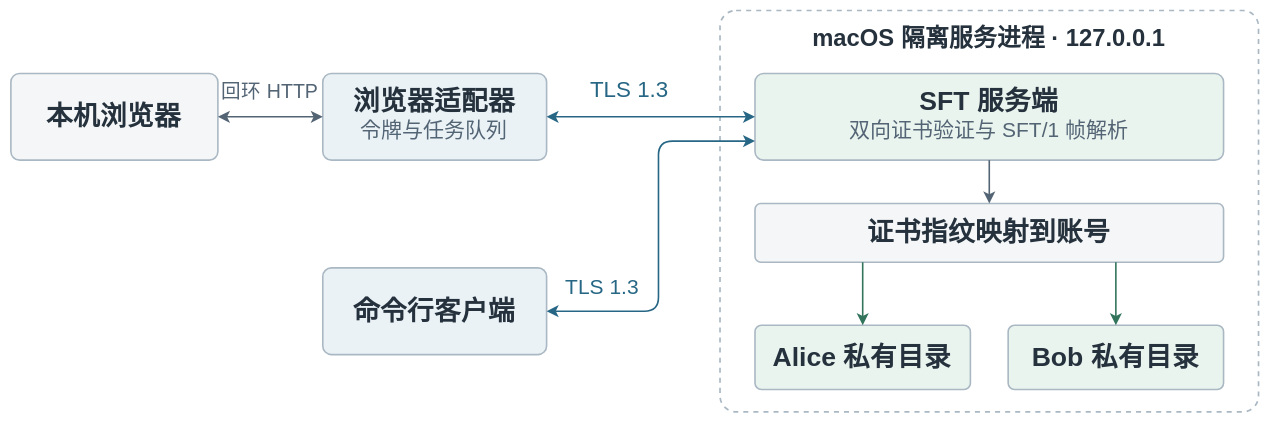
This is docs/images/architecture.svg from SakuraWang6/ucas-sft-ex1b, a draw.io export, as it was before one commit. Source tidied: cells renumbered, new cells last; positions are measured from the earlier drawing's top-left corner, leaving out a move shared by most shapes. Its diagram source:
```xml
<mxGraphModel>
  <root>
    <mxCell id="0" />
    <mxCell id="1" parent="0" />
    <mxCell id="2" style="rounded=1;arcSize=4;html=0;fillColor=none;strokeColor=#aab8c3;strokeWidth=1.2;dashed=1;" parent="1" vertex="1">
      <mxGeometry x="507" width="385" height="287" as="geometry" />
    </mxCell>
    <mxCell id="3" value="macOS 隔离服务进程  ·  127.0.0.1" style="text;html=0;align=center;verticalAlign=middle;whiteSpace=wrap;rounded=0;strokeColor=none;fillColor=none;spacing=0;fontFamily=PingFang SC;fontSize=17;fontStyle=1;fontColor=#25313c;" parent="2" vertex="1">
      <mxGeometry x="8" y="7" width="369" height="25" as="geometry" />
    </mxCell>
    <mxCell id="4" style="rounded=1;arcSize=10;html=0;whiteSpace=wrap;fillColor=#eaf4ef;strokeColor=#aab8c3;strokeWidth=1.15;" parent="2" vertex="1">
      <mxGeometry x="25" y="45" width="335" height="62" as="geometry" />
    </mxCell>
    <mxCell id="5" value="SFT 服务端" style="text;html=0;align=center;verticalAlign=middle;whiteSpace=wrap;rounded=0;strokeColor=none;fillColor=none;spacing=0;fontFamily=PingFang SC;fontSize=19;fontStyle=1;fontColor=#25313c;" parent="4" vertex="1">
      <mxGeometry x="4" y="8" width="327" height="23" as="geometry" />
    </mxCell>
    <mxCell id="6" value="双向证书验证与 SFT/1 帧解析" style="text;html=0;align=center;verticalAlign=middle;whiteSpace=wrap;rounded=0;strokeColor=none;fillColor=none;spacing=0;fontFamily=PingFang SC;fontSize=15;fontStyle=0;fontColor=#536474;" parent="4" vertex="1">
      <mxGeometry x="4" y="32" width="327" height="18" as="geometry" />
    </mxCell>
    <mxCell id="7" style="rounded=1;arcSize=10;html=0;whiteSpace=wrap;fillColor=#f4f6f7;strokeColor=#aab8c3;strokeWidth=1.15;" parent="2" vertex="1">
      <mxGeometry x="25" y="138" width="335" height="42" as="geometry" />
    </mxCell>
    <mxCell id="8" value="证书指纹映射到账号" style="text;html=0;align=center;verticalAlign=middle;whiteSpace=wrap;rounded=0;strokeColor=none;fillColor=none;spacing=0;fontFamily=PingFang SC;fontSize=19;fontStyle=1;fontColor=#25313c;" parent="7" vertex="1">
      <mxGeometry x="4" y="9" width="327" height="23" as="geometry" />
    </mxCell>
    <mxCell id="9" style="rounded=1;arcSize=10;html=0;whiteSpace=wrap;fillColor=#eaf4ef;strokeColor=#aab8c3;strokeWidth=1.15;" parent="2" vertex="1">
      <mxGeometry x="25" y="225" width="154" height="46" as="geometry" />
    </mxCell>
    <mxCell id="10" value="Alice 私有目录" style="text;html=0;align=center;verticalAlign=middle;whiteSpace=wrap;rounded=0;strokeColor=none;fillColor=none;spacing=0;fontFamily=PingFang SC;fontSize=19;fontStyle=1;fontColor=#25313c;" parent="9" vertex="1">
      <mxGeometry x="4" y="11" width="146" height="23" as="geometry" />
    </mxCell>
    <mxCell id="11" style="rounded=1;arcSize=10;html=0;whiteSpace=wrap;fillColor=#eaf4ef;strokeColor=#aab8c3;strokeWidth=1.15;" parent="2" vertex="1">
      <mxGeometry x="206" y="225" width="154" height="46" as="geometry" />
    </mxCell>
    <mxCell id="12" value="Bob 私有目录" style="text;html=0;align=center;verticalAlign=middle;whiteSpace=wrap;rounded=0;strokeColor=none;fillColor=none;spacing=0;fontFamily=PingFang SC;fontSize=19;fontStyle=1;fontColor=#25313c;" parent="11" vertex="1">
      <mxGeometry x="4" y="11" width="146" height="23" as="geometry" />
    </mxCell>
    <mxCell id="13" style="rounded=1;arcSize=10;html=0;whiteSpace=wrap;fillColor=#f4f6f7;strokeColor=#aab8c3;strokeWidth=1.15;" parent="1" vertex="1">
      <mxGeometry y="45" width="148" height="62" as="geometry" />
    </mxCell>
    <mxCell id="14" value="本机浏览器" style="text;html=0;align=center;verticalAlign=middle;whiteSpace=wrap;rounded=0;strokeColor=none;fillColor=none;spacing=0;fontFamily=PingFang SC;fontSize=19;fontStyle=1;fontColor=#25313c;" parent="13" vertex="1">
      <mxGeometry x="4" y="19" width="140" height="23" as="geometry" />
    </mxCell>
    <mxCell id="15" style="rounded=1;arcSize=10;html=0;whiteSpace=wrap;fillColor=#eaf2f6;strokeColor=#aab8c3;strokeWidth=1.15;" parent="1" vertex="1">
      <mxGeometry x="223" y="45" width="160" height="62" as="geometry" />
    </mxCell>
    <mxCell id="16" value="浏览器适配器" style="text;html=0;align=center;verticalAlign=middle;whiteSpace=wrap;rounded=0;strokeColor=none;fillColor=none;spacing=0;fontFamily=PingFang SC;fontSize=19;fontStyle=1;fontColor=#25313c;" parent="15" vertex="1">
      <mxGeometry x="4" y="8" width="152" height="23" as="geometry" />
    </mxCell>
    <mxCell id="17" value="令牌与任务队列" style="text;html=0;align=center;verticalAlign=middle;whiteSpace=wrap;rounded=0;strokeColor=none;fillColor=none;spacing=0;fontFamily=PingFang SC;fontSize=15;fontStyle=0;fontColor=#536474;" parent="15" vertex="1">
      <mxGeometry x="4" y="32" width="152" height="18" as="geometry" />
    </mxCell>
    <mxCell id="18" style="rounded=1;arcSize=10;html=0;whiteSpace=wrap;fillColor=#eaf2f6;strokeColor=#aab8c3;strokeWidth=1.15;" parent="1" vertex="1">
      <mxGeometry x="223" y="184" width="160" height="62" as="geometry" />
    </mxCell>
    <mxCell id="19" value="命令行客户端" style="text;html=0;align=center;verticalAlign=middle;whiteSpace=wrap;rounded=0;strokeColor=none;fillColor=none;spacing=0;fontFamily=PingFang SC;fontSize=19;fontStyle=1;fontColor=#25313c;" parent="18" vertex="1">
      <mxGeometry x="4" y="19" width="152" height="23" as="geometry" />
    </mxCell>
    <mxCell id="20" style="edgeStyle=orthogonalEdgeStyle;rounded=1;jettySize=auto;html=0;endArrow=classic;endFill=1;endSize=5;strokeWidth=1.15;strokeColor=#536474;exitX=1;exitY=0.5;exitDx=0;exitDy=0;entryX=0;entryY=0.5;entryDx=0;entryDy=0;startArrow=classic;startFill=1;startSize=5;" parent="1" edge="1" source="13" target="15">
      <mxGeometry relative="1" as="geometry" />
    </mxCell>
    <mxCell id="21" style="edgeStyle=orthogonalEdgeStyle;rounded=1;jettySize=auto;html=0;endArrow=classic;endFill=1;endSize=5;strokeWidth=1.15;strokeColor=#276785;exitX=1;exitY=0.5;exitDx=0;exitDy=0;entryX=0;entryY=0.5;entryDx=0;entryDy=0;startArrow=classic;startFill=1;startSize=5;" parent="1" edge="1" source="15" target="4">
      <mxGeometry relative="1" as="geometry" />
    </mxCell>
    <mxCell id="22" style="edgeStyle=orthogonalEdgeStyle;rounded=1;jettySize=auto;html=0;endArrow=classic;endFill=1;endSize=5;strokeWidth=1.15;strokeColor=#276785;exitX=1;exitY=0.5;exitDx=0;exitDy=0;entryX=0;entryY=0.78;entryDx=0;entryDy=0;startArrow=classic;startFill=1;startSize=5;" parent="1" edge="1" source="18" target="4">
      <mxGeometry relative="1" as="geometry">
        <Array as="points">
          <mxPoint x="463" y="215" />
          <mxPoint x="463" y="93" />
        </Array>
      </mxGeometry>
    </mxCell>
    <mxCell id="23" style="edgeStyle=orthogonalEdgeStyle;rounded=1;jettySize=auto;html=0;endArrow=classic;endFill=1;endSize=5;strokeWidth=1.15;strokeColor=#536474;exitX=0.5;exitY=1;exitDx=0;exitDy=0;entryX=0.5;entryY=0;entryDx=0;entryDy=0;" parent="1" edge="1" source="4" target="7">
      <mxGeometry relative="1" as="geometry" />
    </mxCell>
    <mxCell id="24" style="edgeStyle=orthogonalEdgeStyle;rounded=1;jettySize=auto;html=0;endArrow=classic;endFill=1;endSize=5;strokeWidth=1.15;strokeColor=#32745c;exitX=0.2298507462686567;exitY=1;exitDx=0;exitDy=0;entryX=0.5;entryY=0;entryDx=0;entryDy=0;" parent="1" edge="1" source="7" target="9">
      <mxGeometry relative="1" as="geometry" />
    </mxCell>
    <mxCell id="25" style="edgeStyle=orthogonalEdgeStyle;rounded=1;jettySize=auto;html=0;endArrow=classic;endFill=1;endSize=5;strokeWidth=1.15;strokeColor=#32745c;exitX=0.7701492537313432;exitY=1;exitDx=0;exitDy=0;entryX=0.5;entryY=0;entryDx=0;entryDy=0;" parent="1" edge="1" source="7" target="11">
      <mxGeometry relative="1" as="geometry" />
    </mxCell>
    <mxCell id="26" value="回环 HTTP" style="text;html=0;align=center;verticalAlign=middle;whiteSpace=wrap;rounded=0;strokeColor=none;fillColor=none;spacing=0;fontFamily=PingFang SC;fontSize=14;fontStyle=0;fontColor=#536474;" parent="1" vertex="1">
      <mxGeometry x="149" y="47" width="73" height="21" as="geometry" />
    </mxCell>
    <mxCell id="27" value="TLS 1.3" style="text;html=0;align=center;verticalAlign=middle;whiteSpace=wrap;rounded=0;strokeColor=none;fillColor=none;spacing=0;fontFamily=PingFang SC;fontSize=16;fontStyle=0;fontColor=#276785;" parent="1" vertex="1">
      <mxGeometry x="392" y="46" width="101" height="22" as="geometry" />
    </mxCell>
    <mxCell id="28" value="TLS 1.3" style="text;html=0;align=center;verticalAlign=middle;whiteSpace=wrap;rounded=0;strokeColor=none;fillColor=none;spacing=0;fontFamily=PingFang SC;fontSize=15;fontStyle=0;fontColor=#276785;" parent="1" vertex="1">
      <mxGeometry x="388" y="187" width="70" height="21" as="geometry" />
    </mxCell>
  </root>
</mxGraphModel>
```
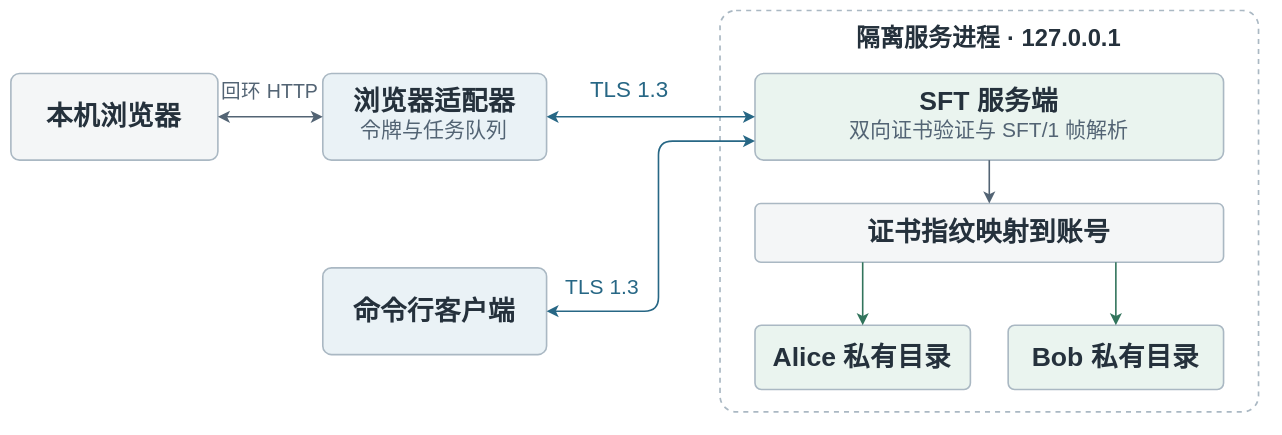
Later version of the same file.

Commit message:
统一架构图的隔离服务进程表述

Diff of the diagram source:
```diff
@@ -5,7 +5,7 @@
     <mxCell id="2" style="rounded=1;arcSize=4;html=0;fillColor=none;strokeColor=#aab8c3;strokeWidth=1.2;dashed=1;" parent="1" vertex="1">
       <mxGeometry x="507" width="385" height="287" as="geometry" />
     </mxCell>
-    <mxCell id="3" value="macOS 隔离服务进程  ·  127.0.0.1" style="text;html=0;align=center;verticalAlign=middle;whiteSpace=wrap;rounded=0;strokeColor=none;fillColor=none;spacing=0;fontFamily=PingFang SC;fontSize=17;fontStyle=1;fontColor=#25313c;" parent="2" vertex="1">
+    <mxCell id="3" value="隔离服务进程  ·  127.0.0.1" style="text;html=0;align=center;verticalAlign=middle;whiteSpace=wrap;rounded=0;strokeColor=none;fillColor=none;spacing=0;fontFamily=PingFang SC;fontSize=17;fontStyle=1;fontColor=#25313c;" parent="2" vertex="1">
       <mxGeometry x="8" y="7" width="369" height="25" as="geometry" />
     </mxCell>
     <mxCell id="4" style="rounded=1;arcSize=10;html=0;whiteSpace=wrap;fillColor=#eaf4ef;strokeColor=#aab8c3;strokeWidth=1.15;" parent="2" vertex="1">
```
